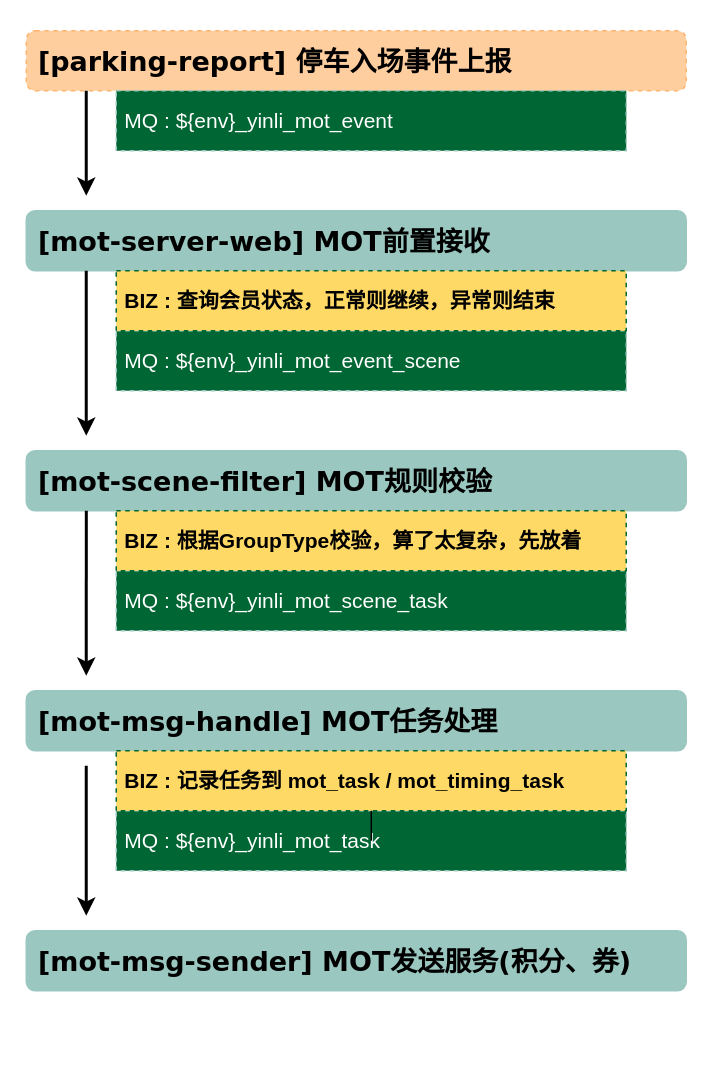
Before: 04-workflow/MOT-BIZ-FLOW.drawio in shawn-panda/sp-coding-guidelines, a draw.io diagram. Source tidied: cells renumbered, new cells numbered last; positions are measured from the earlier drawing's top-left corner, leaving out a move shared by most shapes. Both pictures are drawn from the tidied source at 150%, with x=0, y=0 at pixel (26, 30).
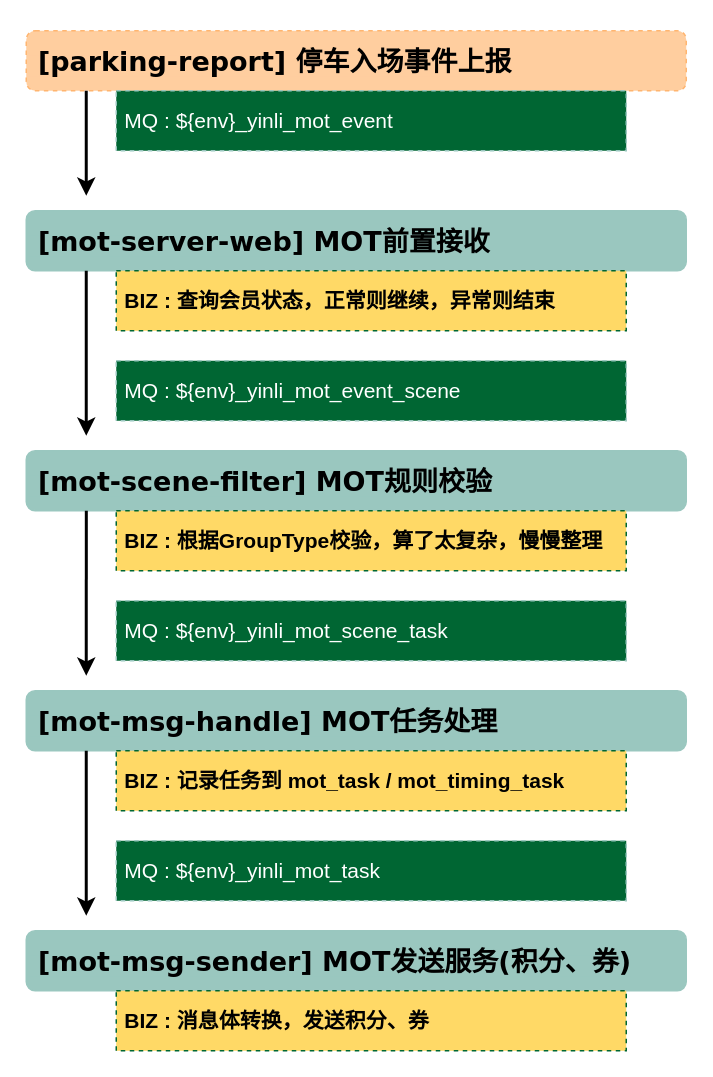
The same diagram, later.

Unchanged cells that the change refers to:
```xml
<mxCell id="18" value="&lt;font style=&quot;font-size: 14px&quot;&gt;&lt;b&gt;&amp;nbsp;BIZ : 记录任务到 mot_task / mot_timing_task&lt;/b&gt;&lt;/font&gt;" style="rounded=0;whiteSpace=wrap;html=1;dashed=1;strokeColor=#006633;strokeWidth=1;fillColor=#FFD966;align=left;" parent="1" vertex="1">
  <mxGeometry x="60" y="480" width="340" height="40" as="geometry" />
</mxCell>
```

Diff of the diagram source:
```diff
@@
     <mxCell id="9" value="&lt;span style=&quot;color: rgb(255 , 255 , 255) ; white-space: normal&quot;&gt;&lt;font style=&quot;font-size: 14px&quot;&gt;&amp;nbsp;MQ : ${env}_yinli_mot_event_scene&lt;/font&gt;&lt;/span&gt;" style="rounded=0;whiteSpace=wrap;html=1;dashed=1;strokeColor=#9AC7BF;fillColor=#006633;align=left;" parent="1" vertex="1">
-      <mxGeometry x="60" y="200" width="340" height="40" as="geometry" />
+      <mxGeometry x="60" y="220" width="340" height="40" as="geometry" />
     </mxCell>
     <mxCell id="10" value="&lt;span style=&quot;color: rgb(255 , 255 , 255) ; white-space: normal&quot;&gt;&lt;font style=&quot;font-size: 14px&quot;&gt;&amp;nbsp;MQ : ${env}_yinli_mot_scene_task&lt;/font&gt;&lt;/span&gt;" style="rounded=0;whiteSpace=wrap;html=1;dashed=1;strokeColor=#9AC7BF;fillColor=#006633;align=left;" parent="1" vertex="1">
-      <mxGeometry x="60" y="360" width="340" height="40" as="geometry" />
+      <mxGeometry x="60" y="380" width="340" height="40" as="geometry" />
     </mxCell>
@@
-    <mxCell id="12" value="&lt;font style=&quot;font-size: 14px&quot;&gt;&lt;b&gt;&amp;nbsp;BIZ : 根据GroupType校验，算了太复杂，先放着&lt;/b&gt;&lt;/font&gt;" style="rounded=0;whiteSpace=wrap;html=1;dashed=1;strokeColor=#006633;strokeWidth=1;fillColor=#FFD966;align=left;" parent="1" vertex="1">
+    <mxCell id="12" value="&lt;font style=&quot;font-size: 14px&quot;&gt;&lt;b&gt;&amp;nbsp;BIZ : 根据GroupType校验，算了太复杂，慢慢整理&lt;/b&gt;&lt;/font&gt;" style="rounded=0;whiteSpace=wrap;html=1;dashed=1;strokeColor=#006633;strokeWidth=1;fillColor=#FFD966;align=left;" parent="1" vertex="1">
       <mxGeometry x="60" y="320" width="340" height="40" as="geometry" />
     </mxCell>
@@
     <mxCell id="15" style="endArrow=classic;html=1;strokeWidth=2;" parent="1" edge="1">
       <mxGeometry relative="1" as="geometry">
-        <mxPoint x="40" y="490" as="sourcePoint" />
+        <mxPoint x="40" y="480" as="sourcePoint" />
         <mxPoint x="40" y="590" as="targetPoint" />
       </mxGeometry>
     </mxCell>
     <mxCell id="16" value="&lt;span style=&quot;color: rgb(255 , 255 , 255) ; white-space: normal&quot;&gt;&lt;font style=&quot;font-size: 14px&quot;&gt;&amp;nbsp;MQ : ${env}_yinli_mot_task&lt;/font&gt;&lt;/span&gt;" style="rounded=0;whiteSpace=wrap;html=1;dashed=1;strokeColor=#9AC7BF;fillColor=#006633;align=left;" parent="1" vertex="1">
-      <mxGeometry x="60" y="520" width="340" height="40" as="geometry" />
+      <mxGeometry x="60" y="540" width="340" height="40" as="geometry" />
     </mxCell>
-    <mxCell id="17" style="edgeStyle=orthogonalEdgeStyle;rounded=0;jettySize=auto;html=1;" parent="1" edge="1" source="18" target="16">
-      <mxGeometry relative="1" as="geometry" />
-    </mxCell>
@@
+    <mxCell id="19" value="&lt;font style=&quot;font-size: 14px&quot;&gt;&lt;b&gt;&amp;nbsp;BIZ : 消息体&lt;/b&gt;&lt;/font&gt;&lt;b style=&quot;font-size: 14px&quot;&gt;转换，发送积分、券&lt;/b&gt;" style="rounded=0;whiteSpace=wrap;html=1;dashed=1;strokeColor=#006633;strokeWidth=1;fillColor=#FFD966;align=left;" parent="1" vertex="1">
+      <mxGeometry x="60" y="640" width="340" height="40" as="geometry" />
+    </mxCell>
```
